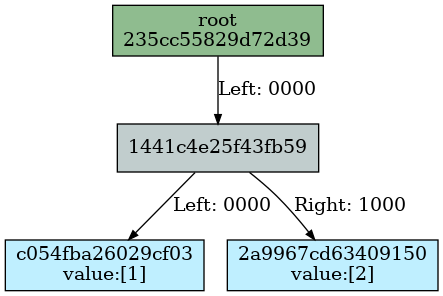
Earlier version of the Graphviz export docs/merkle_tree/mutation/2_leaves.dot.png (juicebox-systems/juicebox-hsm-realm). Its source is kept beside it as docs/merkle_tree/mutation/2_leaves.dot. Source of this version:
```dot
Digraph merkletree {

h235cc55829d72d39 -> h1441c4e25f43fb59 [arrowsize=0.7 label="Left: 0000\l" nojustify=true ];
h1441c4e25f43fb59 -> hc054fba26029cf03 [arrowsize=0.7 label="Left: 0000" nojustify=true ];
h1441c4e25f43fb59 -> h2a9967cd63409150 [arrowsize=0.7 label="Right: 1000" nojustify=true ];

Subgraph depth_0 {
rank=same

h235cc55829d72d39 [fillcolor=darkseagreen label="root\n235cc55829d72d39" ordering=out shape=box style=filled ];
}


Subgraph depth_4 {
rank=same

h1441c4e25f43fb59 [fillcolor=azure3 label="1441c4e25f43fb59" ordering=out shape=box style=filled ];
}


Subgraph depth_256 {
rank=same

hc054fba26029cf03 [fillcolor=lightblue1 label="c054fba26029cf03\nvalue:[1]" ordering=out shape=box style=filled ];
h2a9967cd63409150 [fillcolor=lightblue1 label="2a9967cd63409150\nvalue:[2]" ordering=out shape=box style=filled ];
}

}
```
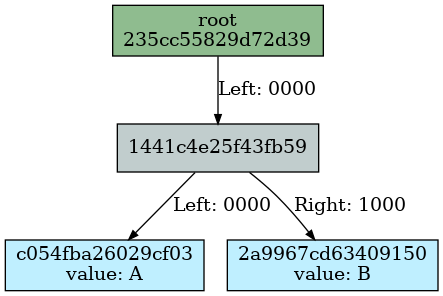
Above is the later version.

What changed in the source:
```diff
@@ -21,8 +21,8 @@
 Subgraph depth_256 {
 rank=same
 
-hc054fba26029cf03 [fillcolor=lightblue1 label="c054fba26029cf03\nvalue:[1]" ordering=out shape=box style=filled ];
-h2a9967cd63409150 [fillcolor=lightblue1 label="2a9967cd63409150\nvalue:[2]" ordering=out shape=box style=filled ];
+hc054fba26029cf03 [fillcolor=lightblue1 label="c054fba26029cf03\nvalue: A" ordering=out shape=box style=filled ];
+h2a9967cd63409150 [fillcolor=lightblue1 label="2a9967cd63409150\nvalue: B" ordering=out shape=box style=filled ];
 }
 
 }
```
